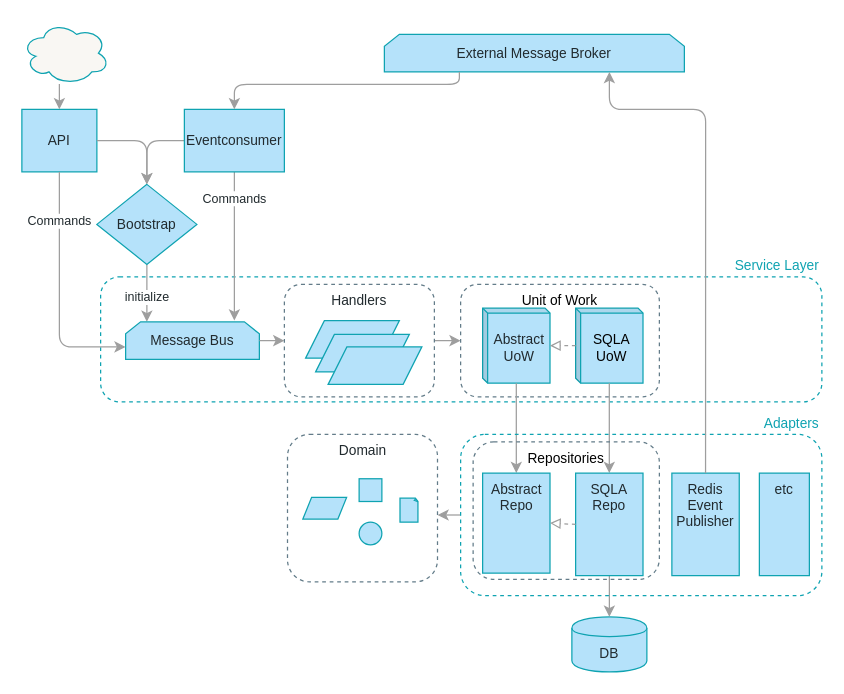
This is page "recap diagram" (11 of 11) of maps.drawio from cosmicpython/book, a draw.io file, before an edit. Source tidied: cells renumbered, new cells numbered last; positions are measured from the earlier drawing's top-left corner, leaving out a move shared by most shapes. Both pictures are drawn from the tidied source at 125%, with x=0, y=0 at pixel (21, 21).
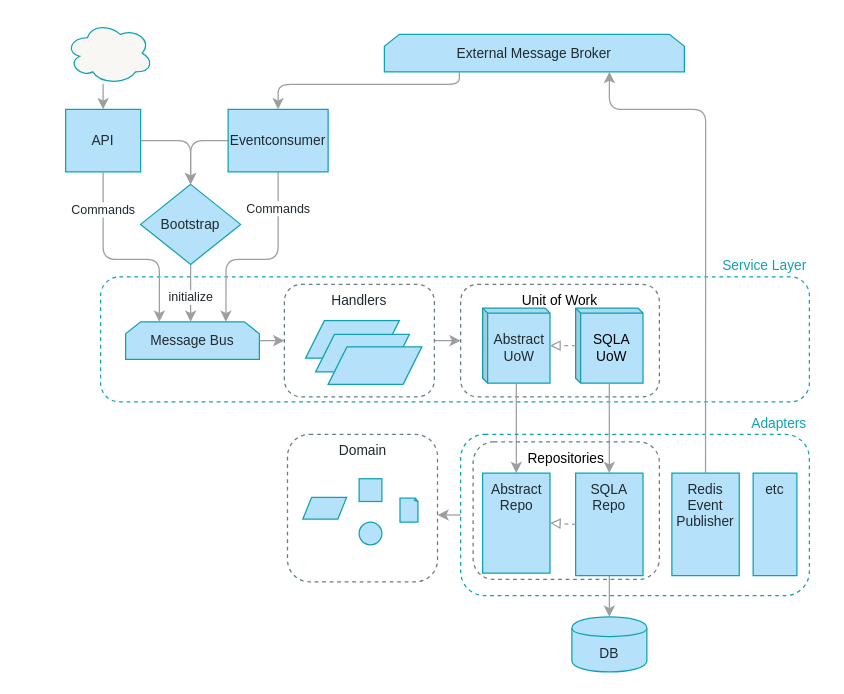
The same page after the edit.

Commit message:
squish up appendix recap diag

The change refers to these unchanged cells:
```xml
<mxCell id="6" value="Message Bus" style="shape=loopLimit;whiteSpace=wrap;html=1;fontFamily=Guardian Sans Cond Light;fontSize=11;fontColor=#212A2E;align=center;strokeColor=#0FA3B1;fillColor=#B5E2FA;size=12;gradientColor=none;" parent="1" vertex="1">
  <mxGeometry x="83" y="240" width="107" height="30" as="geometry" />
</mxCell>
<mxCell id="42" value="External Message Broker " style="shape=loopLimit;whiteSpace=wrap;html=1;fontFamily=Guardian Sans Cond Light;fontSize=11;fontColor=#212A2E;align=center;strokeColor=#0FA3B1;fillColor=#B5E2FA;size=12;gradientColor=none;" parent="1" vertex="1">
  <mxGeometry x="290" y="10" width="240" height="30" as="geometry" />
</mxCell>
```

Change to the diagram source:
```diff
@@
     <mxCell id="2" value="Service Layer" style="rounded=1;whiteSpace=wrap;html=1;shadow=0;dashed=1;fontFamily=Guardian Sans Cond Light;fontSize=11;fontColor=#0FA3B1;align=right;strokeColor=#0FA3B1;gradientColor=#ffffff;fillColor=none;labelPosition=center;verticalLabelPosition=top;verticalAlign=bottom;" parent="1" vertex="1">
-      <mxGeometry x="63" y="204" width="577" height="100" as="geometry" />
+      <mxGeometry x="63" y="204" width="567" height="100" as="geometry" />
     </mxCell>
-    <mxCell id="3" value="initialize" style="edgeStyle=orthogonalEdgeStyle;jettySize=auto;html=1;strokeColor=#9E9E9E;fillColor=#B5E2FA;fontFamily=Guardian Sans Cond Light;fontSize=10;fontColor=#212A2E;verticalAlign=middle;exitX=0.5;exitY=1;exitDx=0;exitDy=0;" parent="1" edge="1" source="25" target="6">
+    <mxCell id="3" value="initialize" style="edgeStyle=orthogonalEdgeStyle;jettySize=auto;html=1;strokeColor=#9E9E9E;fillColor=#B5E2FA;fontFamily=Guardian Sans Cond Light;fontSize=10;fontColor=#212A2E;verticalAlign=middle;exitX=0.5;exitY=1;exitDx=0;exitDy=0;" parent="1" edge="1" source="25">
       <mxGeometry x="0.13" relative="1" as="geometry">
+        <mxPoint x="135" y="240" as="targetPoint" />
         <Array as="points">
-          <mxPoint x="100" y="220" />
-          <mxPoint x="100" y="220" />
+          <mxPoint x="135" y="220" />
+          <mxPoint x="135" y="220" />
         </Array>
       </mxGeometry>
     </mxCell>
@@
-    <mxCell id="5" value="Commands" style="edgeStyle=orthogonalEdgeStyle;jettySize=auto;html=1;strokeColor=#9E9E9E;fillColor=#B5E2FA;fontFamily=Guardian Sans Cond Light;fontSize=10;fontColor=#212A2E;exitX=0.5;exitY=1;exitDx=0;exitDy=0;" parent="1" edge="1" source="26">
+    <mxCell id="5" value="Commands" style="edgeStyle=orthogonalEdgeStyle;jettySize=auto;html=1;strokeColor=#9E9E9E;fillColor=#B5E2FA;fontFamily=Guardian Sans Cond Light;fontSize=10;fontColor=#212A2E;exitX=0.5;exitY=1;exitDx=0;exitDy=0;entryX=0.75;entryY=0;entryDx=0;entryDy=0;" parent="1" edge="1" source="26" target="6">
       <mxGeometry x="-0.64" relative="1" as="geometry">
-        <mxPoint x="170" y="239" as="targetPoint" />
         <Array as="points">
-          <mxPoint x="170" y="239" />
+          <mxPoint x="205" y="190" />
+          <mxPoint x="163" y="190" />
         </Array>
       </mxGeometry>
     </mxCell>
@@
     <mxCell id="25" value="Bootstrap" style="rhombus;whiteSpace=wrap;html=1;rounded=0;shadow=0;glass=0;comic=0;strokeColor=#0FA3B1;fillColor=#B5E2FA;gradientColor=none;fontFamily=Guardian Sans Cond Light;fontSize=11;fontColor=#212A2E;align=center;" parent="1" vertex="1">
-      <mxGeometry x="60" y="130" width="80" height="64" as="geometry" />
+      <mxGeometry x="95" y="130" width="80" height="64" as="geometry" />
     </mxCell>
     <mxCell id="26" value="&lt;div style=&quot;font-size: 11px;&quot;&gt;Eventconsumer&lt;/div&gt;" style="rounded=0;whiteSpace=wrap;html=1;fontFamily=Guardian Sans Cond Light;fontSize=11;fontColor=#212A2E;align=center;strokeColor=#0FA3B1;fillColor=#B5E2FA;" parent="1" vertex="1">
-      <mxGeometry x="130" y="70" width="80" height="50" as="geometry" />
+      <mxGeometry x="165" y="70" width="80" height="50" as="geometry" />
     </mxCell>
@@
     <mxCell id="31" value="Adapters" style="whiteSpace=wrap;html=1;strokeColor=#0FA3B1;fillColor=none;gradientColor=#ffffff;fontFamily=Guardian Sans Cond Light;fontSize=11;fontColor=#0FA3B1;verticalAlign=bottom;rounded=1;dashed=1;shadow=0;align=right;labelPosition=center;verticalLabelPosition=top;" parent="1" vertex="1">
-      <mxGeometry x="351" y="330" width="289" height="129" as="geometry" />
+      <mxGeometry x="351" y="330" width="279" height="129" as="geometry" />
     </mxCell>
@@
     <mxCell id="36" value="etc" style="whiteSpace=wrap;html=1;strokeColor=#0FA3B1;fillColor=#B5E2FA;gradientColor=none;fontFamily=Guardian Sans Cond Light;fontSize=11;fontColor=#212A2E;verticalAlign=top;" parent="1" vertex="1">
-      <mxGeometry x="590" y="361" width="40" height="82" as="geometry" />
+      <mxGeometry x="585" y="361" width="35" height="82" as="geometry" />
     </mxCell>
     <mxCell id="37" value="API" style="rounded=0;whiteSpace=wrap;html=1;fontFamily=Guardian Sans Cond Light;fontSize=11;fontColor=#212A2E;align=center;strokeColor=#0FA3B1;fillColor=#B5E2FA;" parent="1" vertex="1">
-      <mxGeometry y="70" width="60" height="50" as="geometry" />
+      <mxGeometry x="35" y="70" width="60" height="50" as="geometry" />
     </mxCell>
     <mxCell id="38" style="ellipse;shape=cloud;whiteSpace=wrap;html=1;rounded=1;shadow=0;glass=0;comic=0;strokeColor=#0FA3B1;fillColor=#F9F7F3;gradientColor=none;fontFamily=Guardian Sans Cond Light;fontSize=11;fontColor=#000000;align=center;" parent="1" vertex="1">
-      <mxGeometry width="70" height="50" as="geometry" />
+      <mxGeometry x="35" width="70" height="50" as="geometry" />
     </mxCell>
     <mxCell id="39" style="edgeStyle=orthogonalEdgeStyle;jettySize=auto;html=1;strokeColor=#9E9E9E;fillColor=#B5E2FA;fontFamily=Guardian Sans Cond Light;fontSize=11;fontColor=#212A2E;" parent="1" edge="1" source="37" target="25">
       <mxGeometry relative="1" as="geometry">
         <Array as="points">
-          <mxPoint x="100" y="95" />
+          <mxPoint x="135" y="95" />
         </Array>
       </mxGeometry>
     </mxCell>
     <mxCell id="40" value="Commands" style="edgeStyle=orthogonalEdgeStyle;jettySize=auto;html=1;strokeColor=#9E9E9E;fillColor=#B5E2FA;fontFamily=Guardian Sans Cond Light;fontSize=10;fontColor=#212A2E;exitX=0.5;exitY=1;exitDx=0;exitDy=0;" parent="1" edge="1" source="37" target="6">
-      <mxGeometry x="-0.6" relative="1" as="geometry">
+      <mxGeometry x="-0.64" relative="1" as="geometry">
         <Array as="points">
-          <mxPoint x="30" y="260" />
+          <mxPoint x="65" y="190" />
+          <mxPoint x="110" y="190" />
         </Array>
       </mxGeometry>
     </mxCell>
     <mxCell id="41" style="edgeStyle=orthogonalEdgeStyle;jettySize=auto;html=1;strokeColor=#9E9E9E;fillColor=#B5E2FA;fontFamily=Guardian Sans Cond Light;fontSize=11;fontColor=#212A2E;" parent="1" edge="1" source="38" target="37">
       <mxGeometry relative="1" as="geometry">
         <Array as="points">
-          <mxPoint x="30" y="60" />
-          <mxPoint x="30" y="60" />
+          <mxPoint x="65" y="60" />
+          <mxPoint x="65" y="60" />
         </Array>
       </mxGeometry>
     </mxCell>
@@
     <mxCell id="43" style="edgeStyle=orthogonalEdgeStyle;jettySize=auto;html=1;strokeColor=#9E9E9E;fillColor=#B5E2FA;fontFamily=Guardian Sans Cond Light;fontSize=11;fontColor=#212A2E;entryX=0.5;entryY=0;entryDx=0;entryDy=0;exitX=0.25;exitY=1;exitDx=0;exitDy=0;" parent="1" edge="1" source="42" target="26">
       <mxGeometry relative="1" as="geometry">
         <Array as="points">
           <mxPoint x="350" y="50" />
-          <mxPoint x="170" y="50" />
+          <mxPoint x="205" y="50" />
         </Array>
       </mxGeometry>
     </mxCell>
```
